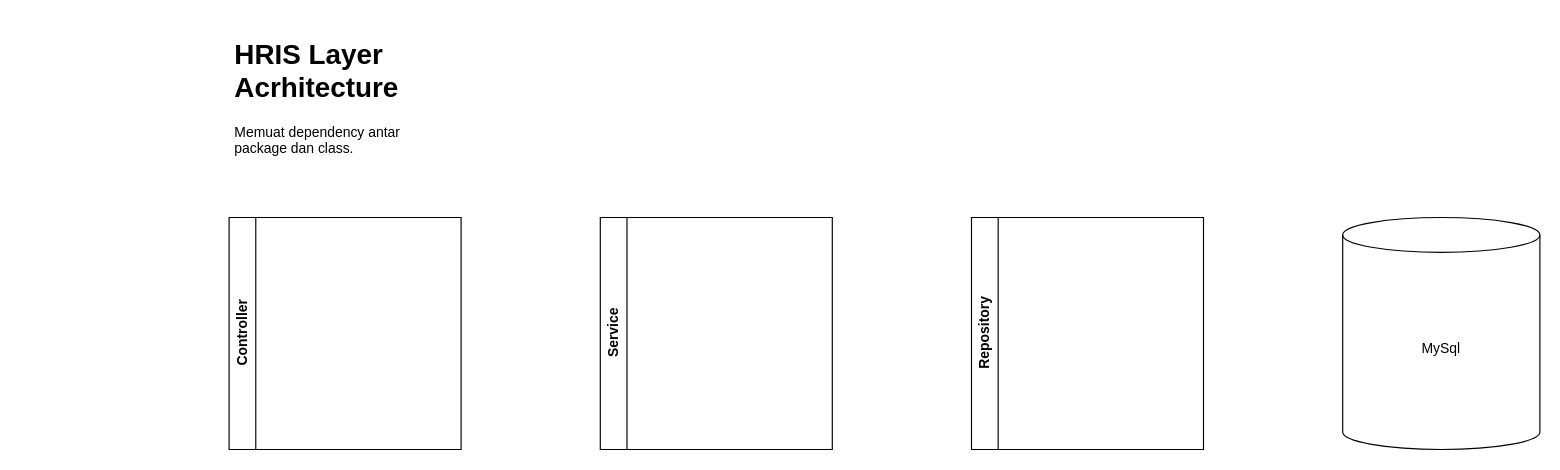
Earlier version of the draw.io diagram LayerAcrhitectureHRIS.drawio (jarisiber/layer-architecture). Source tidied: cells renumbered, new cells numbered last; positions are measured from the earlier drawing's top-left corner, leaving out a move shared by most shapes. Both pictures are drawn from the tidied source at 116%, with x=0, y=0 at pixel (229, 31).
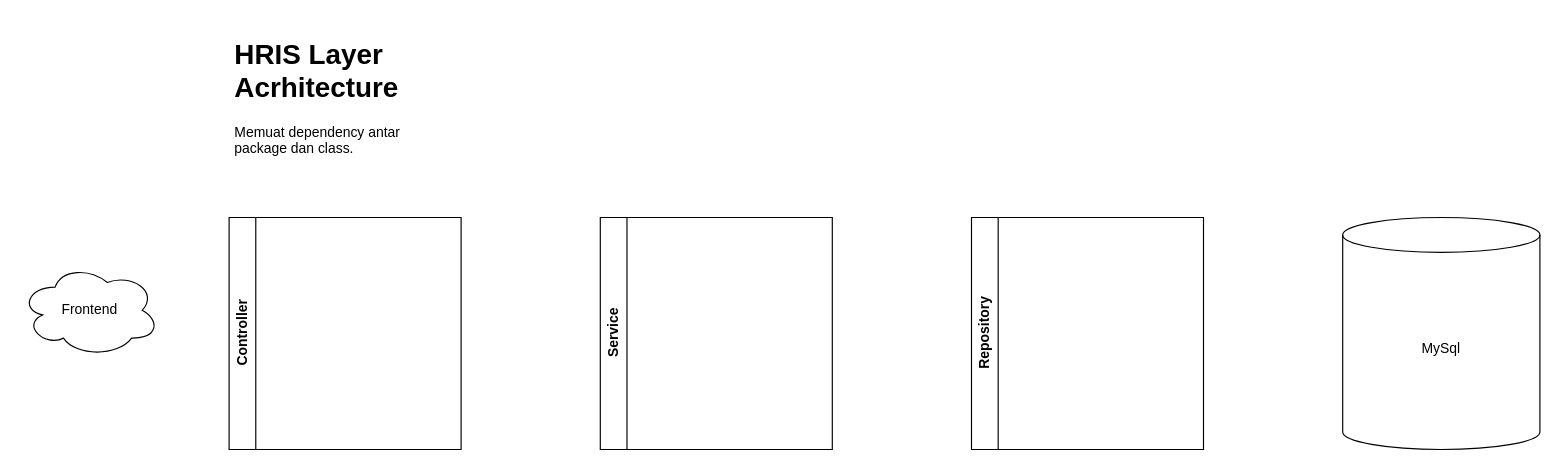
The same diagram, later.

Change to the diagram source:
```diff
@@
 <mxGraphModel>
   <root>
     <mxCell id="0" />
     <mxCell id="1" parent="0" />
     <mxCell id="2" value="Controller" style="swimlane;horizontal=0;whiteSpace=wrap;html=1;" parent="1" vertex="1">
       <mxGeometry y="160" width="200" height="200" as="geometry" />
     </mxCell>
     <mxCell id="3" value="Service" style="swimlane;horizontal=0;whiteSpace=wrap;html=1;" parent="1" vertex="1">
       <mxGeometry x="320" y="160" width="200" height="200" as="geometry" />
     </mxCell>
     <mxCell id="4" value="Repository" style="swimlane;horizontal=0;whiteSpace=wrap;html=1;" parent="1" vertex="1">
       <mxGeometry x="640" y="160" width="200" height="200" as="geometry" />
     </mxCell>
     <mxCell id="5" value="&lt;h1&gt;HRIS Layer Acrhitecture&lt;/h1&gt;&lt;p&gt;Memuat dependency antar package dan class.&lt;/p&gt;" style="text;html=1;strokeColor=none;fillColor=none;spacing=5;spacingTop=-20;whiteSpace=wrap;overflow=hidden;rounded=0;" parent="1" vertex="1">
       <mxGeometry width="190" height="120" as="geometry" />
     </mxCell>
     <mxCell id="6" value="MySql" style="shape=cylinder3;whiteSpace=wrap;html=1;boundedLbl=1;backgroundOutline=1;size=15;" parent="1" vertex="1">
       <mxGeometry x="960" y="160" width="170" height="200" as="geometry" />
     </mxCell>
+    <mxCell id="7" value="Frontend" style="ellipse;shape=cloud;whiteSpace=wrap;html=1;" parent="1" vertex="1">
+      <mxGeometry x="-180" y="200" width="120" height="80" as="geometry" />
+    </mxCell>
   </root>
 </mxGraphModel>
```
